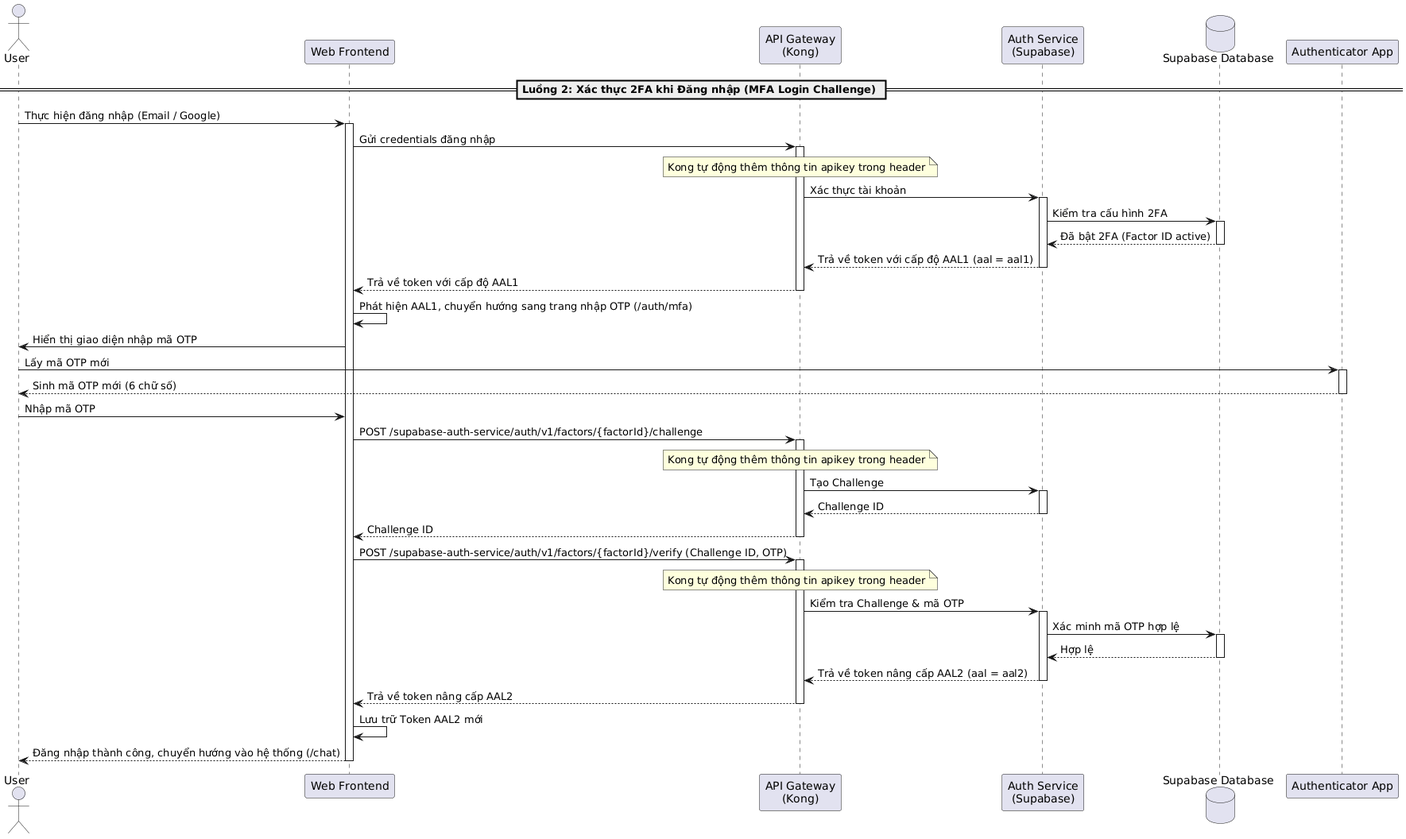
The PlantUML diagram latex/contents/Sequence/UML-Sequence-UserMfaLoginChallenge.png in 20206205Tech/docs-latex, before a commit.
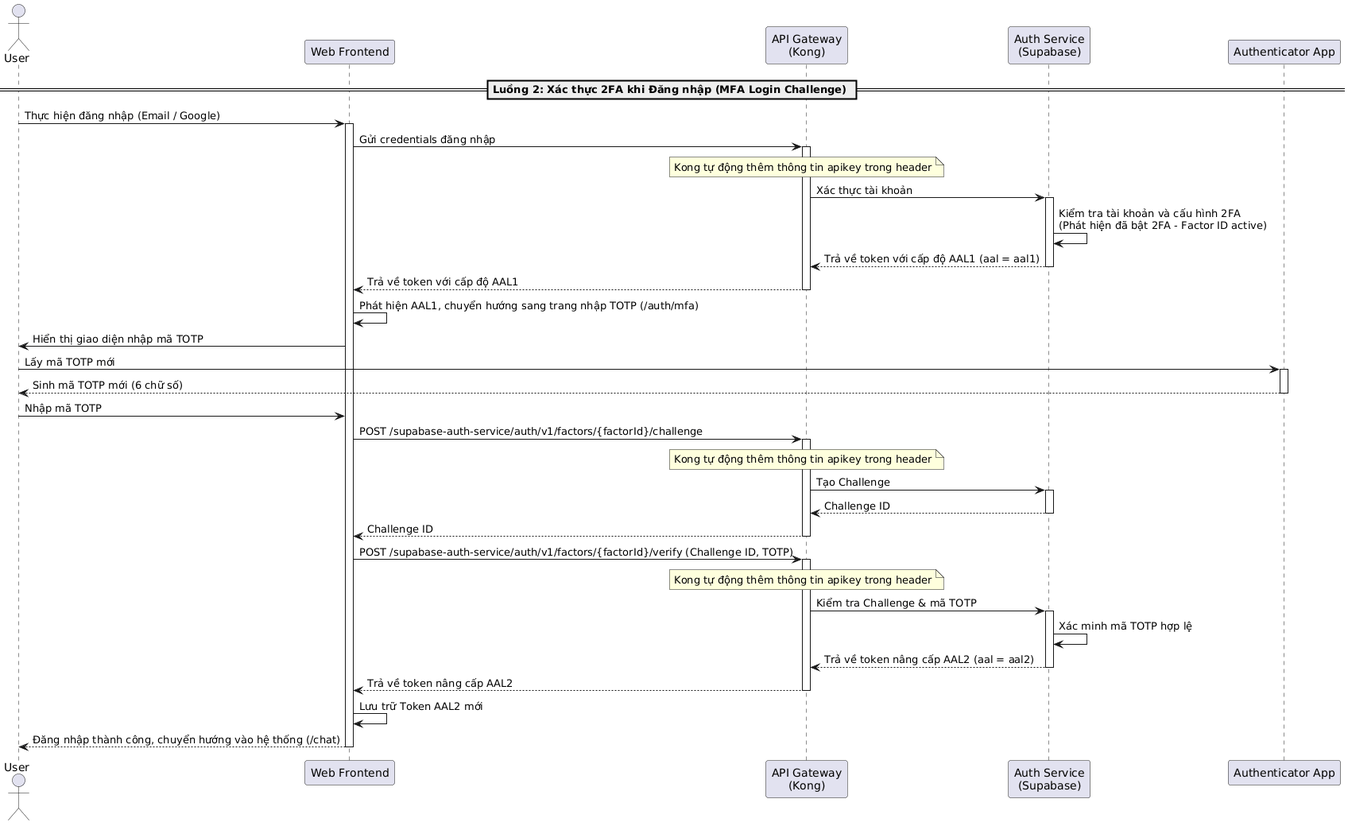
Above is the later version.

What changed in the source:
```diff
@@ -3,37 +3,38 @@
 participant "Web Frontend" as Frontend
 participant "API Gateway\n(Kong)" as Kong
 participant "Auth Service\n(Supabase)" as AuthService
-database "Supabase Database" as DB
 participant "Authenticator App" as AuthApp
 
 == Luồng 2: Xác thực 2FA khi Đăng nhập (MFA Login Challenge) ==
 User -> Frontend: Thực hiện đăng nhập (Email / Google)
 activate Frontend
+
 Frontend -> Kong: Gửi credentials đăng nhập
 activate Kong
 note over Kong: Kong tự động thêm thông tin apikey trong header
+
 Kong -> AuthService: Xác thực tài khoản
 activate AuthService
-AuthService -> DB: Kiểm tra cấu hình 2FA
-activate DB
-DB --> AuthService: Đã bật 2FA (Factor ID active)
-deactivate DB
+
+AuthService -> AuthService: Kiểm tra tài khoản và cấu hình 2FA\n(Phát hiện đã bật 2FA - Factor ID active)
+
 AuthService --> Kong: Trả về token với cấp độ AAL1 (aal = aal1)
 deactivate AuthService
 Kong --> Frontend: Trả về token với cấp độ AAL1
 deactivate Kong
 
-Frontend -> Frontend: Phát hiện AAL1, chuyển hướng sang trang nhập OTP (/auth/mfa)
-Frontend -> User: Hiển thị giao diện nhập mã OTP
-User -> AuthApp: Lấy mã OTP mới
+Frontend -> Frontend: Phát hiện AAL1, chuyển hướng sang trang nhập TOTP (/auth/mfa)
+Frontend -> User: Hiển thị giao diện nhập mã TOTP
+User -> AuthApp: Lấy mã TOTP mới
 activate AuthApp
-AuthApp --> User: Sinh mã OTP mới (6 chữ số)
+AuthApp --> User: Sinh mã TOTP mới (6 chữ số)
 deactivate AuthApp
 
-User -> Frontend: Nhập mã OTP
+User -> Frontend: Nhập mã TOTP
 Frontend -> Kong: POST /supabase-auth-service/auth/v1/factors/{factorId}/challenge
 activate Kong
 note over Kong: Kong tự động thêm thông tin apikey trong header
+
 Kong -> AuthService: Tạo Challenge
 activate AuthService
 AuthService --> Kong: Challenge ID
@@ -41,15 +42,15 @@
 Kong --> Frontend: Challenge ID
 deactivate Kong
 
-Frontend -> Kong: POST /supabase-auth-service/auth/v1/factors/{factorId}/verify (Challenge ID, OTP)
+Frontend -> Kong: POST /supabase-auth-service/auth/v1/factors/{factorId}/verify (Challenge ID, TOTP)
 activate Kong
 note over Kong: Kong tự động thêm thông tin apikey trong header
-Kong -> AuthService: Kiểm tra Challenge & mã OTP
+
+Kong -> AuthService: Kiểm tra Challenge & mã TOTP
 activate AuthService
-AuthService -> DB: Xác minh mã OTP hợp lệ
-activate DB
-DB --> AuthService: Hợp lệ
-deactivate DB
+
+AuthService -> AuthService: Xác minh mã TOTP hợp lệ
+
 AuthService --> Kong: Trả về token nâng cấp AAL2 (aal = aal2)
 deactivate AuthService
 Kong --> Frontend: Trả về token nâng cấp AAL2
```
